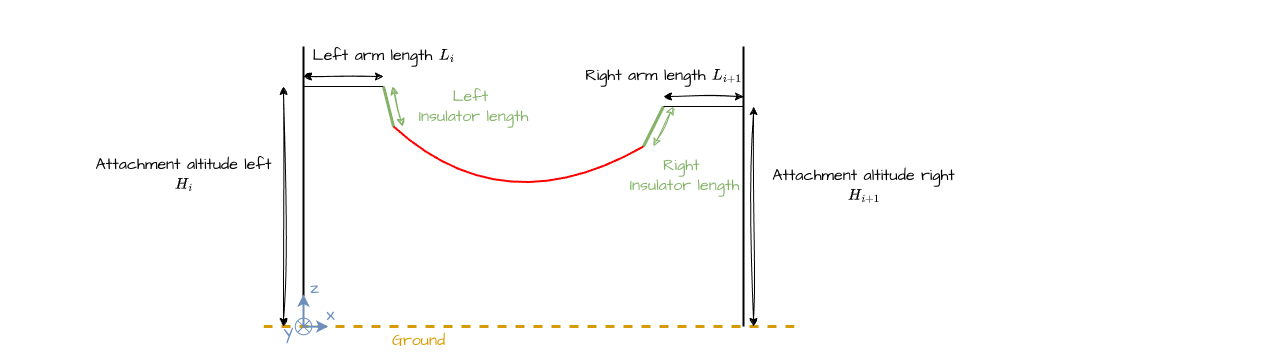
Before: docs/user_guide/assets/angle_line_side.drawio.png, a diagram exported from draw.io (phlowers/mechaphlowers). Source tidied: cells renumbered, new cells last; positions are measured from the earlier drawing's top-left corner, leaving out a move shared by most shapes. Source of this version:
```xml
<mxGraphModel math="1">
  <root>
    <mxCell id="0" />
    <mxCell id="1" parent="0" />
    <mxCell id="2" style="rounded=0;whiteSpace=wrap;html=1;sketch=1;hachureGap=4;jiggle=2;curveFitting=1;fontFamily=Architects Daughter;fontSource=https%3A%2F%2Ffonts.googleapis.com%2Fcss%3Ffamily%3DArchitects%2BDaughter;fontSize=20;fillColor=default;strokeColor=none;" parent="1" vertex="1">
      <mxGeometry width="1270.1" height="350" as="geometry" />
    </mxCell>
    <mxCell id="3" style="edgeStyle=none;orthogonalLoop=1;jettySize=auto;html=1;strokeWidth=2;endArrow=none;endFill=0;" parent="1" edge="1">
      <mxGeometry relative="1" as="geometry">
        <mxPoint x="303" y="326" as="sourcePoint" />
        <mxPoint x="303" y="46" as="targetPoint" />
      </mxGeometry>
    </mxCell>
    <mxCell id="4" style="edgeStyle=none;orthogonalLoop=1;jettySize=auto;html=1;endArrow=none;endFill=0;" parent="1" edge="1">
      <mxGeometry relative="1" as="geometry">
        <mxPoint x="303" y="86" as="sourcePoint" />
        <mxPoint x="383" y="86" as="targetPoint" />
      </mxGeometry>
    </mxCell>
    <mxCell id="5" style="edgeStyle=none;orthogonalLoop=1;jettySize=auto;html=1;endArrow=none;endFill=0;fillColor=#d5e8d4;strokeColor=#82b366;strokeWidth=3;" parent="1" edge="1">
      <mxGeometry relative="1" as="geometry">
        <mxPoint x="383" y="86" as="sourcePoint" />
        <mxPoint x="393" y="126" as="targetPoint" />
      </mxGeometry>
    </mxCell>
    <mxCell id="6" style="edgeStyle=none;orthogonalLoop=1;jettySize=auto;html=1;strokeWidth=2;endArrow=none;endFill=0;" parent="1" edge="1">
      <mxGeometry relative="1" as="geometry">
        <mxPoint x="743" y="326" as="sourcePoint" />
        <mxPoint x="743" y="46" as="targetPoint" />
      </mxGeometry>
    </mxCell>
    <mxCell id="7" style="edgeStyle=none;orthogonalLoop=1;jettySize=auto;html=1;endArrow=none;endFill=0;" parent="1" edge="1">
      <mxGeometry relative="1" as="geometry">
        <mxPoint x="743" y="106" as="sourcePoint" />
        <mxPoint x="663" y="106" as="targetPoint" />
      </mxGeometry>
    </mxCell>
    <mxCell id="8" style="edgeStyle=none;orthogonalLoop=1;jettySize=auto;html=1;endArrow=none;endFill=0;fillColor=#d5e8d4;strokeColor=#82b366;strokeWidth=3;" parent="1" edge="1">
      <mxGeometry relative="1" as="geometry">
        <mxPoint x="663" y="106" as="sourcePoint" />
        <mxPoint x="643" y="146" as="targetPoint" />
      </mxGeometry>
    </mxCell>
    <mxCell id="9" style="edgeStyle=none;orthogonalLoop=1;jettySize=auto;html=1;rounded=0;curved=1;strokeWidth=2;strokeColor=light-dark(#ff0000, #ededed);endArrow=none;endFill=0;" parent="1" edge="1">
      <mxGeometry relative="1" as="geometry">
        <mxPoint x="393" y="126" as="sourcePoint" />
        <mxPoint x="643" y="146" as="targetPoint" />
        <Array as="points">
          <mxPoint x="503" y="226" />
        </Array>
      </mxGeometry>
    </mxCell>
    <mxCell id="10" style="edgeStyle=none;orthogonalLoop=1;jettySize=auto;html=1;endArrow=none;endFill=0;dashed=1;fillColor=#ffe6cc;strokeColor=#d79b00;strokeWidth=3;" parent="1" edge="1">
      <mxGeometry relative="1" as="geometry">
        <mxPoint x="263" y="326" as="sourcePoint" />
        <mxPoint x="803" y="326" as="targetPoint" />
      </mxGeometry>
    </mxCell>
    <mxCell id="11" value="&lt;font style=&quot;font-size: 16px; color: rgb(215, 155, 0);&quot; face=&quot;Architects daughter&quot;&gt;Ground&lt;/font&gt;" style="text;html=1;align=center;verticalAlign=middle;strokeColor=none;fillColor=none;" parent="1" vertex="1">
      <mxGeometry x="378" y="326" width="80" height="30" as="geometry" />
    </mxCell>
    <mxCell id="12" value="Attachment altitude left&lt;div&gt;\(H_i\)&lt;/div&gt;" style="endArrow=classic;startArrow=classic;html=1;sketch=1;hachureGap=4;jiggle=2;curveFitting=1;fontFamily=Architects Daughter;fontSource=https%3A%2F%2Ffonts.googleapis.com%2Fcss%3Ffamily%3DArchitects%2BDaughter;fontSize=16;" parent="1" edge="1">
      <mxGeometry x="0.25" y="100" relative="1" as="geometry">
        <mxPoint x="283" y="326" as="sourcePoint" />
        <mxPoint x="283" y="86" as="targetPoint" />
      </mxGeometry>
    </mxCell>
    <mxCell id="13" value="Attachment altitude right&lt;div&gt;\(H_{i+1}\)&lt;/div&gt;" style="endArrow=classic;startArrow=classic;html=1;sketch=1;hachureGap=4;jiggle=2;curveFitting=1;fontFamily=Architects Daughter;fontSource=https%3A%2F%2Ffonts.googleapis.com%2Fcss%3Ffamily%3DArchitects%2BDaughter;fontSize=16;" parent="1" edge="1">
      <mxGeometry x="0.27" y="-110" relative="1" as="geometry">
        <mxPoint x="753" y="326" as="sourcePoint" />
        <mxPoint x="753" y="106" as="targetPoint" />
      </mxGeometry>
    </mxCell>
    <mxCell id="14" value="Left arm length \(L_i\)" style="endArrow=classic;startArrow=classic;html=1;sketch=1;hachureGap=4;jiggle=2;curveFitting=1;fontFamily=Architects Daughter;fontSource=https%3A%2F%2Ffonts.googleapis.com%2Fcss%3Ffamily%3DArchitects%2BDaughter;fontSize=16;" parent="1" edge="1">
      <mxGeometry x="1" y="20" relative="1" as="geometry">
        <mxPoint x="303" y="76" as="sourcePoint" />
        <mxPoint x="383" y="76" as="targetPoint" />
      </mxGeometry>
    </mxCell>
    <mxCell id="15" value="Right arm length \(L_{i+1}\)" style="endArrow=classic;startArrow=classic;html=1;sketch=1;hachureGap=4;jiggle=2;curveFitting=1;fontFamily=Architects Daughter;fontSource=https%3A%2F%2Ffonts.googleapis.com%2Fcss%3Ffamily%3DArchitects%2BDaughter;fontSize=16;" parent="1" edge="1">
      <mxGeometry x="-1" y="20" relative="1" as="geometry">
        <mxPoint x="663" y="96" as="sourcePoint" />
        <mxPoint x="743" y="96" as="targetPoint" />
      </mxGeometry>
    </mxCell>
    <mxCell id="16" value="&lt;font style=&quot;color: rgb(130, 179, 102);&quot;&gt;Left&amp;nbsp;&lt;/font&gt;&lt;div&gt;&lt;font style=&quot;color: rgb(130, 179, 102);&quot;&gt;Insulator length&lt;/font&gt;&lt;/div&gt;" style="endArrow=classic;startArrow=classic;html=1;sketch=1;hachureGap=4;jiggle=2;curveFitting=1;fontFamily=Architects Daughter;fontSource=https%3A%2F%2Ffonts.googleapis.com%2Fcss%3Ffamily%3DArchitects%2BDaughter;fontSize=16;strokeColor=#82B366;" parent="1" edge="1">
      <mxGeometry x="0.89" y="74" relative="1" as="geometry">
        <mxPoint x="392" y="86" as="sourcePoint" />
        <mxPoint x="402" y="126" as="targetPoint" />
      </mxGeometry>
    </mxCell>
    <mxCell id="17" value="&lt;font style=&quot;color: rgb(130, 179, 102);&quot;&gt;Right&amp;nbsp;&lt;/font&gt;&lt;div&gt;&lt;font style=&quot;color: rgb(130, 179, 102);&quot;&gt;Insulator length&lt;/font&gt;&lt;/div&gt;" style="endArrow=classic;startArrow=classic;html=1;sketch=1;hachureGap=4;jiggle=2;curveFitting=1;fontFamily=Architects Daughter;fontSource=https%3A%2F%2Ffonts.googleapis.com%2Fcss%3Ffamily%3DArchitects%2BDaughter;fontSize=16;strokeColor=#82B366;" parent="1" edge="1">
      <mxGeometry x="1" y="43" relative="1" as="geometry">
        <mxPoint x="673" y="106" as="sourcePoint" />
        <mxPoint x="653" y="146" as="targetPoint" />
        <mxPoint x="-8" y="11" as="offset" />
      </mxGeometry>
    </mxCell>
    <mxCell id="18" style="group;" parent="1" vertex="1">
      <mxGeometry x="273" y="271" width="72" height="76" as="geometry" />
    </mxCell>
    <mxCell id="19" style="shape=sumEllipse;perimeter=ellipsePerimeter;html=1;backgroundOutline=1;fillColor=none;strokeColor=#6c8ebf;" parent="18" vertex="1">
      <mxGeometry x="21.8" y="46.7" width="16.5" height="16.5" as="geometry" />
    </mxCell>
    <mxCell id="20" value="&lt;font face=&quot;Architects daughter&quot; color=&quot;#6c8ebf&quot;&gt;y&lt;/font&gt;" style="text;html=1;align=center;verticalAlign=middle;strokeColor=none;fillColor=none;fontSize=18;" parent="18" vertex="1">
      <mxGeometry y="40" width="30" height="40" as="geometry" />
    </mxCell>
    <mxCell id="21" value="&lt;font style=&quot;color: rgb(108, 142, 191);&quot; face=&quot;Architects daughter&quot;&gt;x&lt;/font&gt;" style="text;html=1;align=center;verticalAlign=middle;strokeColor=none;fillColor=none;fontSize=18;" parent="18" vertex="1">
      <mxGeometry x="42" y="24" width="30" height="40" as="geometry" />
    </mxCell>
    <mxCell id="22" value="&lt;font style=&quot;color: rgb(108, 142, 191);&quot; face=&quot;Architects daughter&quot;&gt;z&lt;/font&gt;" style="text;html=1;align=center;verticalAlign=middle;strokeColor=none;fillColor=none;fontSize=18;" parent="18" vertex="1">
      <mxGeometry x="26" y="-3" width="30" height="40" as="geometry" />
    </mxCell>
    <mxCell id="23" style="edgeStyle=none;orthogonalLoop=1;jettySize=auto;html=1;fillColor=#dae8fc;strokeColor=#6c8ebf;fontSize=18;strokeWidth=2;" parent="18" edge="1">
      <mxGeometry relative="1" as="geometry">
        <mxPoint x="29.7" y="55.1" as="sourcePoint" />
        <mxPoint x="54.8" y="55.1" as="targetPoint" />
      </mxGeometry>
    </mxCell>
    <mxCell id="24" style="edgeStyle=none;orthogonalLoop=1;jettySize=auto;html=1;fillColor=#dae8fc;strokeColor=#6c8ebf;fontSize=18;strokeWidth=2;" parent="18" edge="1">
      <mxGeometry relative="1" as="geometry">
        <mxPoint x="30" y="54.7" as="sourcePoint" />
        <mxPoint x="30" y="23" as="targetPoint" />
      </mxGeometry>
    </mxCell>
  </root>
</mxGraphModel>
```
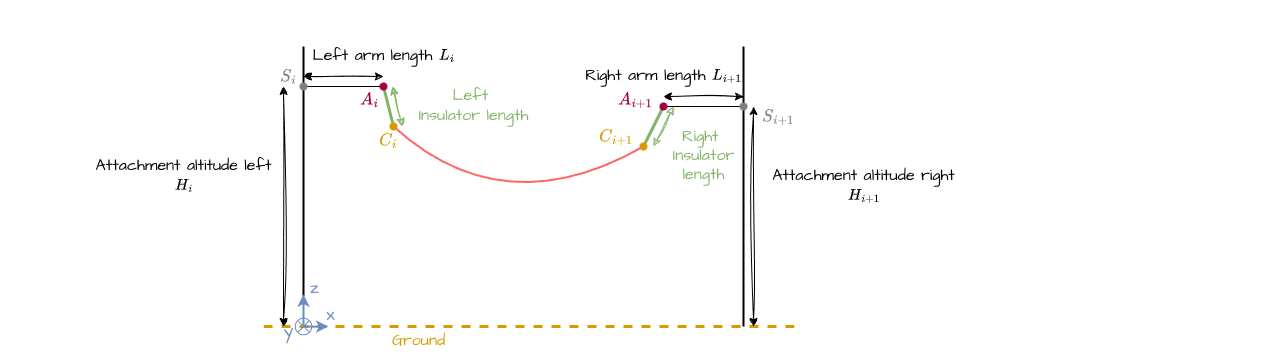
Above is the later version.

Commit message:
Add points on schemas

The edit, as a diff of the source:
```diff
@@ -41,7 +41,7 @@
         <mxPoint x="643" y="146" as="targetPoint" />
       </mxGeometry>
     </mxCell>
-    <mxCell id="9" style="edgeStyle=none;orthogonalLoop=1;jettySize=auto;html=1;rounded=0;curved=1;strokeWidth=2;strokeColor=light-dark(#ff0000, #ededed);endArrow=none;endFill=0;" parent="1" edge="1">
+    <mxCell id="9" style="edgeStyle=none;orthogonalLoop=1;jettySize=auto;html=1;rounded=0;curved=1;strokeWidth=2;strokeColor=#FF6666;endArrow=none;endFill=0;" parent="1" edge="1">
       <mxGeometry relative="1" as="geometry">
         <mxPoint x="393" y="126" as="sourcePoint" />
         <mxPoint x="643" y="146" as="targetPoint" />
@@ -50,6 +50,9 @@
         </Array>
       </mxGeometry>
     </mxCell>
+    <mxCell id="25" style="shape=waypoint;sketch=0;size=6;fillColor=#ffe6cc;perimeter=centerPerimeter;strokeColor=#D79B00;strokeWidth=2;" parent="9" vertex="1">
+      <mxGeometry x="650" y="170" width="20" height="20" as="geometry" />
+    </mxCell>
     <mxCell id="10" style="edgeStyle=none;orthogonalLoop=1;jettySize=auto;html=1;endArrow=none;endFill=0;dashed=1;fillColor=#ffe6cc;strokeColor=#d79b00;strokeWidth=3;" parent="1" edge="1">
       <mxGeometry relative="1" as="geometry">
         <mxPoint x="263" y="326" as="sourcePoint" />
@@ -89,11 +92,10 @@
         <mxPoint x="402" y="126" as="targetPoint" />
       </mxGeometry>
     </mxCell>
-    <mxCell id="17" value="&lt;font style=&quot;color: rgb(130, 179, 102);&quot;&gt;Right&amp;nbsp;&lt;/font&gt;&lt;div&gt;&lt;font style=&quot;color: rgb(130, 179, 102);&quot;&gt;Insulator length&lt;/font&gt;&lt;/div&gt;" style="endArrow=classic;startArrow=classic;html=1;sketch=1;hachureGap=4;jiggle=2;curveFitting=1;fontFamily=Architects Daughter;fontSource=https%3A%2F%2Ffonts.googleapis.com%2Fcss%3Ffamily%3DArchitects%2BDaughter;fontSize=16;strokeColor=#82B366;" parent="1" edge="1">
-      <mxGeometry x="1" y="43" relative="1" as="geometry">
+    <mxCell id="17" value="&lt;font style=&quot;color: rgb(130, 179, 102);&quot;&gt;Right&amp;nbsp;&lt;/font&gt;&lt;div&gt;&lt;font style=&quot;color: rgb(130, 179, 102);&quot;&gt;Insulator&lt;/font&gt;&lt;/div&gt;&lt;div&gt;&lt;font style=&quot;color: rgb(130, 179, 102);&quot;&gt;length&lt;/font&gt;&lt;/div&gt;" style="endArrow=classic;startArrow=classic;html=1;sketch=1;hachureGap=4;jiggle=2;curveFitting=1;fontFamily=Architects Daughter;fontSource=https%3A%2F%2Ffonts.googleapis.com%2Fcss%3Ffamily%3DArchitects%2BDaughter;fontSize=16;strokeColor=#82B366;" parent="1" edge="1">
+      <mxGeometry x="0.4" y="49" relative="1" as="geometry">
         <mxPoint x="673" y="106" as="sourcePoint" />
         <mxPoint x="653" y="146" as="targetPoint" />
-        <mxPoint x="-8" y="11" as="offset" />
       </mxGeometry>
     </mxCell>
     <mxCell id="18" style="group;" parent="1" vertex="1">
@@ -123,5 +125,38 @@
         <mxPoint x="30" y="23" as="targetPoint" />
       </mxGeometry>
     </mxCell>
+    <mxCell id="26" value="&lt;font style=&quot;color: rgb(128, 128, 128);&quot; face=&quot;Architects daughter&quot;&gt;\(S_{i+1}\)&lt;/font&gt;" style="text;html=1;align=center;verticalAlign=middle;strokeColor=none;fillColor=none;fontSize=18;" parent="1" vertex="1">
+      <mxGeometry x="723" y="96" width="110" height="40" as="geometry" />
+    </mxCell>
+    <mxCell id="27" value="&lt;font style=&quot;color: rgb(128, 128, 128);&quot; face=&quot;Architects daughter&quot;&gt;\(S_{i}\)&lt;/font&gt;" style="text;html=1;align=center;verticalAlign=middle;strokeColor=none;fillColor=none;fontSize=18;" parent="1" vertex="1">
+      <mxGeometry x="243" y="56" width="90" height="40" as="geometry" />
+    </mxCell>
+    <mxCell id="28" style="shape=waypoint;sketch=0;size=6;perimeter=centerPerimeter;fillColor=#ffe6cc;strokeColor=#808080;strokeWidth=2;" parent="1" vertex="1">
+      <mxGeometry x="733" y="96" width="20" height="20" as="geometry" />
+    </mxCell>
+    <mxCell id="29" style="shape=waypoint;sketch=0;size=6;perimeter=centerPerimeter;fillColor=#ffe6cc;strokeColor=#808080;strokeWidth=2;" parent="1" vertex="1">
+      <mxGeometry x="293" y="76" width="20" height="20" as="geometry" />
+    </mxCell>
+    <mxCell id="30" value="&lt;font style=&quot;color: rgb(165, 0, 64);&quot; face=&quot;Architects daughter&quot;&gt;\(A_i\)&lt;/font&gt;" style="text;html=1;align=center;verticalAlign=middle;strokeColor=none;fillColor=none;fontSize=18;" parent="1" vertex="1">
+      <mxGeometry x="329" y="79" width="80" height="40" as="geometry" />
+    </mxCell>
+    <mxCell id="31" style="shape=waypoint;sketch=0;size=6;fillColor=#d80073;perimeter=centerPerimeter;strokeColor=#A50040;fontColor=#ffffff;strokeWidth=2;" parent="1" vertex="1">
+      <mxGeometry x="373" y="76" width="20" height="20" as="geometry" />
+    </mxCell>
+    <mxCell id="32" style="shape=waypoint;sketch=0;size=6;fillColor=#d80073;perimeter=centerPerimeter;strokeColor=#A50040;fontColor=#ffffff;strokeWidth=2;" parent="1" vertex="1">
+      <mxGeometry x="653" y="96" width="20" height="20" as="geometry" />
+    </mxCell>
+    <mxCell id="33" value="&lt;font style=&quot;color: rgb(165, 0, 64);&quot; face=&quot;Architects daughter&quot;&gt;\(A_{i+1}\)&lt;/font&gt;" style="text;html=1;align=center;verticalAlign=middle;strokeColor=none;fillColor=none;fontSize=18;" parent="1" vertex="1">
+      <mxGeometry x="580" y="79" width="110" height="40" as="geometry" />
+    </mxCell>
+    <mxCell id="34" style="shape=waypoint;sketch=0;size=6;fillColor=#ffe6cc;perimeter=centerPerimeter;strokeColor=#D79B00;strokeWidth=2;" parent="1" vertex="1">
+      <mxGeometry x="383" y="116" width="20" height="20" as="geometry" />
+    </mxCell>
+    <mxCell id="35" value="&lt;font style=&quot;color: rgb(215, 155, 0);&quot; face=&quot;Architects daughter&quot;&gt;\(C_{i+1}\)&lt;/font&gt;" style="text;html=1;align=center;verticalAlign=middle;strokeColor=none;fillColor=none;fontSize=18;" parent="1" vertex="1">
+      <mxGeometry x="560" y="116" width="110" height="40" as="geometry" />
+    </mxCell>
+    <mxCell id="36" value="&lt;font style=&quot;color: rgb(215, 155, 0);&quot; face=&quot;Architects daughter&quot;&gt;\(C_{i}\)&lt;/font&gt;" style="text;html=1;align=center;verticalAlign=middle;strokeColor=none;fillColor=none;fontSize=18;" parent="1" vertex="1">
+      <mxGeometry x="338" y="120" width="100" height="40" as="geometry" />
+    </mxCell>
   </root>
 </mxGraphModel>
```
